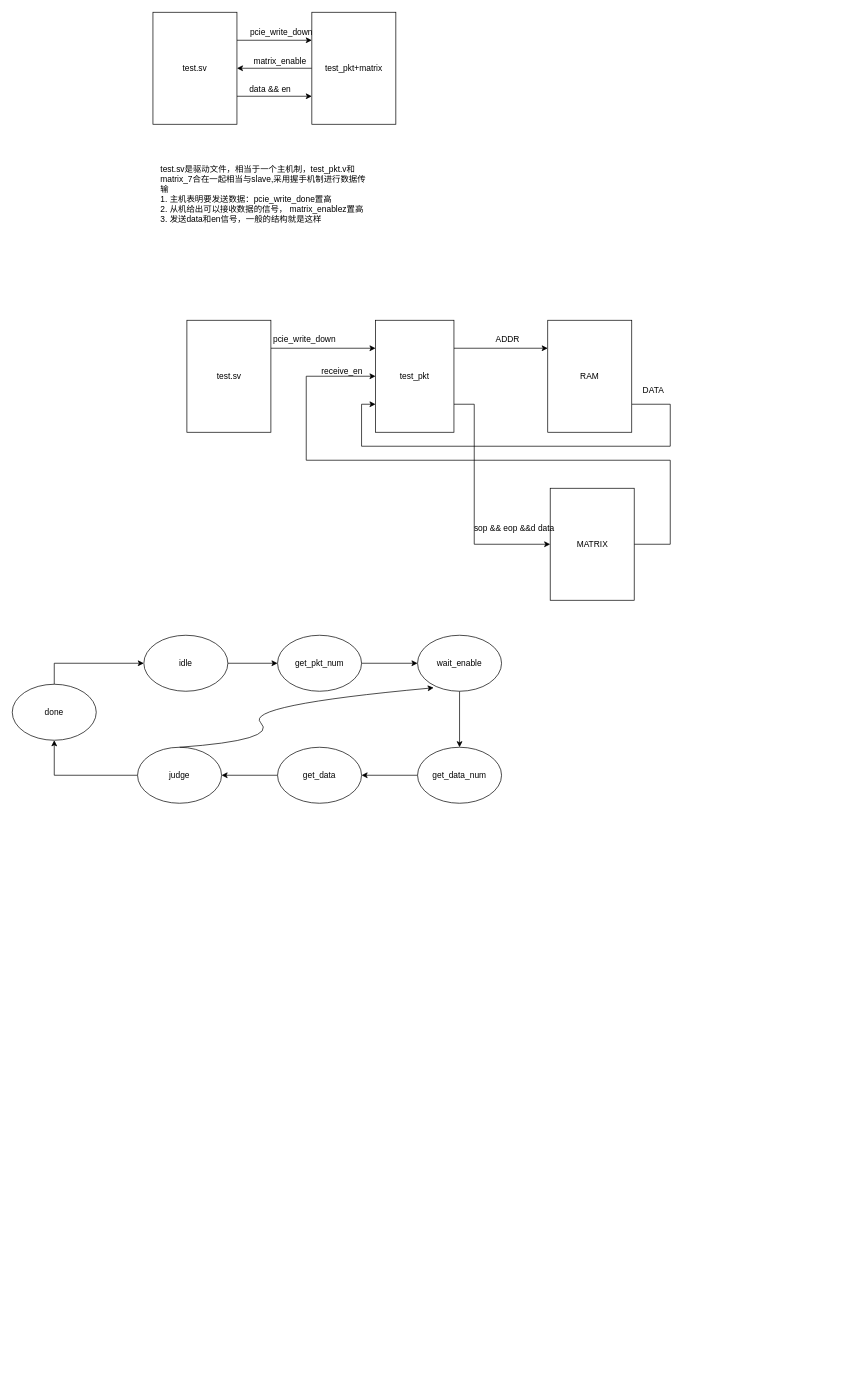
Before: page "tmp" (7 of 11) of FPGA_output.drawio in muguang123/drwaio, a draw.io diagram. Source tidied: cells renumbered, new cells numbered last; positions are measured from the earlier drawing's top-left corner, leaving out a move shared by most shapes. Both pictures are drawn from the tidied source at 70%, with x=0, y=0 at pixel (12, 12).
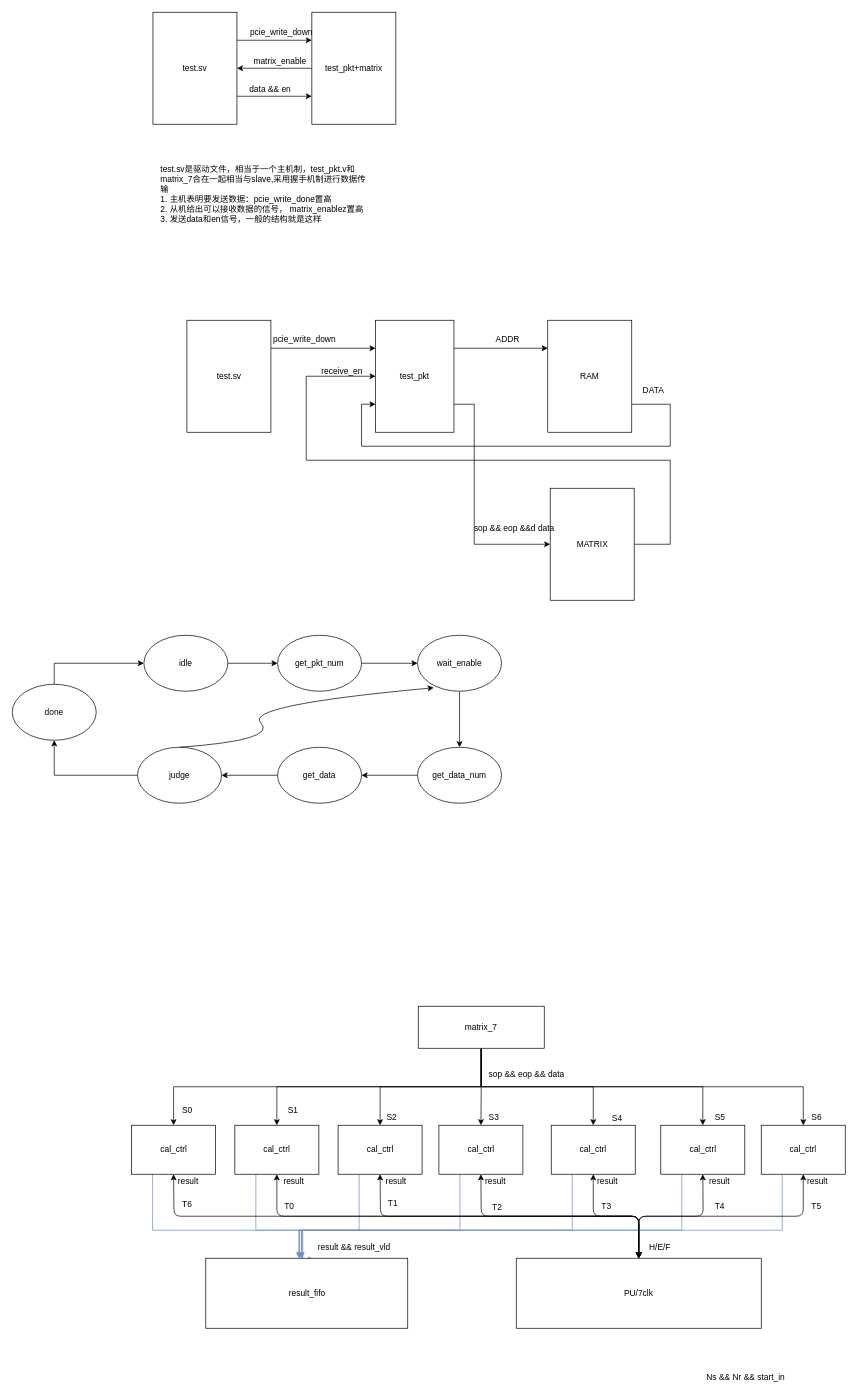
The same diagram, later.

Diff of the diagram source:
```diff
@@
+    <mxCell id="40" style="edgeStyle=orthogonalEdgeStyle;rounded=0;jettySize=auto;html=1;exitX=0.25;exitY=1;exitDx=0;exitDy=0;fillColor=#dae8fc;strokeColor=#6c8ebf;" parent="1" edge="1" source="41" target="63">
+      <mxGeometry relative="1" as="geometry">
+        <Array as="points">
+          <mxPoint x="201" y="1740" />
+          <mxPoint x="413" y="1740" />
+        </Array>
+      </mxGeometry>
+    </mxCell>
+    <mxCell id="41" value="cal_ctrl" style="rounded=0;whiteSpace=wrap;html=1;" parent="1" vertex="1">
+      <mxGeometry x="170.5" y="1590" width="120" height="70" as="geometry" />
+    </mxCell>
+    <mxCell id="42" style="edgeStyle=orthogonalEdgeStyle;rounded=0;jettySize=auto;html=1;exitX=0.25;exitY=1;exitDx=0;exitDy=0;entryX=0.475;entryY=0.001;entryDx=0;entryDy=0;entryPerimeter=0;fillColor=#dae8fc;strokeColor=#6c8ebf;" parent="1" edge="1" source="43" target="63">
+      <mxGeometry relative="1" as="geometry">
+        <Array as="points">
+          <mxPoint x="348" y="1740" />
+          <mxPoint x="413" y="1740" />
+        </Array>
+      </mxGeometry>
+    </mxCell>
+    <mxCell id="43" value="cal_ctrl" style="rounded=0;whiteSpace=wrap;html=1;" parent="1" vertex="1">
+      <mxGeometry x="318" y="1590" width="120" height="70" as="geometry" />
+    </mxCell>
+    <mxCell id="44" style="edgeStyle=orthogonalEdgeStyle;rounded=0;jettySize=auto;html=1;exitX=0.25;exitY=1;exitDx=0;exitDy=0;fillColor=#dae8fc;strokeColor=#6c8ebf;" parent="1" edge="1" source="45">
+      <mxGeometry relative="1" as="geometry">
+        <mxPoint x="410" y="1780" as="targetPoint" />
+        <Array as="points">
+          <mxPoint x="496" y="1740" />
+          <mxPoint x="410" y="1740" />
+        </Array>
+      </mxGeometry>
+    </mxCell>
+    <mxCell id="45" value="cal_ctrl" style="rounded=0;whiteSpace=wrap;html=1;" parent="1" vertex="1">
+      <mxGeometry x="465.5" y="1590" width="120" height="70" as="geometry" />
+    </mxCell>
+    <mxCell id="46" style="edgeStyle=orthogonalEdgeStyle;rounded=0;jettySize=auto;html=1;exitX=0.25;exitY=1;exitDx=0;exitDy=0;entryX=0.54;entryY=0.033;entryDx=0;entryDy=0;entryPerimeter=0;fillColor=#dae8fc;strokeColor=#6c8ebf;" parent="1" edge="1" source="47" target="63">
+      <mxGeometry relative="1" as="geometry">
+        <Array as="points">
+          <mxPoint x="640" y="1740" />
+          <mxPoint x="415" y="1740" />
+        </Array>
+      </mxGeometry>
+    </mxCell>
+    <mxCell id="47" value="cal_ctrl" style="rounded=0;whiteSpace=wrap;html=1;" parent="1" vertex="1">
+      <mxGeometry x="609.5" y="1590" width="120" height="70" as="geometry" />
+    </mxCell>
+    <mxCell id="48" style="edgeStyle=orthogonalEdgeStyle;rounded=0;jettySize=auto;html=1;exitX=0.25;exitY=1;exitDx=0;exitDy=0;fillColor=#dae8fc;strokeColor=#6c8ebf;" parent="1" edge="1" source="49">
+      <mxGeometry relative="1" as="geometry">
+        <mxPoint x="410" y="1780" as="targetPoint" />
+        <Array as="points">
+          <mxPoint x="800" y="1740" />
+          <mxPoint x="410" y="1740" />
+        </Array>
+      </mxGeometry>
+    </mxCell>
+    <mxCell id="49" value="cal_ctrl" style="rounded=0;whiteSpace=wrap;html=1;" parent="1" vertex="1">
+      <mxGeometry x="770" y="1590" width="120" height="70" as="geometry" />
+    </mxCell>
+    <mxCell id="50" style="edgeStyle=orthogonalEdgeStyle;rounded=0;jettySize=auto;html=1;exitX=0.25;exitY=1;exitDx=0;exitDy=0;fillColor=#dae8fc;strokeColor=#6c8ebf;" parent="1" edge="1" source="51">
+      <mxGeometry relative="1" as="geometry">
+        <mxPoint x="410" y="1780" as="targetPoint" />
+        <Array as="points">
+          <mxPoint x="957" y="1740" />
+          <mxPoint x="410" y="1740" />
+        </Array>
+      </mxGeometry>
+    </mxCell>
+    <mxCell id="51" value="cal_ctrl" style="rounded=0;whiteSpace=wrap;html=1;" parent="1" vertex="1">
+      <mxGeometry x="926.5" y="1590" width="120" height="70" as="geometry" />
+    </mxCell>
+    <mxCell id="52" value="PU/7clk" style="rounded=0;whiteSpace=wrap;html=1;" parent="1" vertex="1">
+      <mxGeometry x="720" y="1780" width="350" height="100" as="geometry" />
+    </mxCell>
+    <mxCell id="53" style="edgeStyle=orthogonalEdgeStyle;rounded=0;jettySize=auto;html=1;exitX=0.5;exitY=1;exitDx=0;exitDy=0;entryX=0.5;entryY=0;entryDx=0;entryDy=0;" parent="1" edge="1" source="60" target="41">
+      <mxGeometry relative="1" as="geometry" />
+    </mxCell>
+    <mxCell id="54" style="edgeStyle=orthogonalEdgeStyle;rounded=0;jettySize=auto;html=1;exitX=0.5;exitY=1;exitDx=0;exitDy=0;entryX=0.5;entryY=0;entryDx=0;entryDy=0;" parent="1" edge="1" source="60" target="43">
+      <mxGeometry relative="1" as="geometry" />
+    </mxCell>
+    <mxCell id="55" style="edgeStyle=orthogonalEdgeStyle;rounded=0;jettySize=auto;html=1;exitX=0.5;exitY=1;exitDx=0;exitDy=0;entryX=0.5;entryY=0;entryDx=0;entryDy=0;" parent="1" edge="1" source="60" target="45">
+      <mxGeometry relative="1" as="geometry" />
+    </mxCell>
+    <mxCell id="56" style="edgeStyle=orthogonalEdgeStyle;rounded=0;jettySize=auto;html=1;exitX=0.5;exitY=1;exitDx=0;exitDy=0;entryX=0.5;entryY=0;entryDx=0;entryDy=0;" parent="1" edge="1" source="60" target="47">
+      <mxGeometry relative="1" as="geometry" />
+    </mxCell>
+    <mxCell id="57" style="edgeStyle=orthogonalEdgeStyle;rounded=0;jettySize=auto;html=1;exitX=0.5;exitY=1;exitDx=0;exitDy=0;" parent="1" edge="1" source="60" target="49">
+      <mxGeometry relative="1" as="geometry" />
+    </mxCell>
+    <mxCell id="58" style="edgeStyle=orthogonalEdgeStyle;rounded=0;jettySize=auto;html=1;exitX=0.5;exitY=1;exitDx=0;exitDy=0;" parent="1" edge="1" source="60" target="51">
+      <mxGeometry relative="1" as="geometry" />
+    </mxCell>
+    <mxCell id="59" style="edgeStyle=orthogonalEdgeStyle;rounded=0;jettySize=auto;html=1;exitX=0.5;exitY=1;exitDx=0;exitDy=0;" parent="1" edge="1" source="60" target="62">
+      <mxGeometry relative="1" as="geometry" />
+    </mxCell>
+    <mxCell id="60" value="matrix_7" style="rounded=0;whiteSpace=wrap;html=1;" parent="1" vertex="1">
+      <mxGeometry x="580" y="1420" width="180" height="60" as="geometry" />
+    </mxCell>
+    <mxCell id="61" style="edgeStyle=orthogonalEdgeStyle;rounded=0;jettySize=auto;html=1;exitX=0.25;exitY=1;exitDx=0;exitDy=0;entryX=0.536;entryY=0.017;entryDx=0;entryDy=0;entryPerimeter=0;fillColor=#dae8fc;strokeColor=#6c8ebf;" parent="1" edge="1" source="62" target="63">
+      <mxGeometry relative="1" as="geometry">
+        <Array as="points">
+          <mxPoint x="1100" y="1740" />
+          <mxPoint x="414" y="1740" />
+        </Array>
+      </mxGeometry>
+    </mxCell>
+    <mxCell id="62" value="cal_ctrl" style="rounded=0;whiteSpace=wrap;html=1;" parent="1" vertex="1">
+      <mxGeometry x="1070" y="1590" width="120" height="70" as="geometry" />
+    </mxCell>
+    <mxCell id="63" value="result_fifo" style="rounded=0;whiteSpace=wrap;html=1;" parent="1" vertex="1">
+      <mxGeometry x="276.5" y="1780" width="288.5" height="100" as="geometry" />
+    </mxCell>
+    <mxCell id="64" value="sop &amp;amp;&amp;amp; eop &amp;amp;&amp;amp; data" style="text;html=1;align=left;verticalAlign=top;spacingTop=-4;" parent="1" vertex="1">
+      <mxGeometry x="679" y="1508" width="120" height="20" as="geometry" />
+    </mxCell>
+    <mxCell id="65" value="Ns &amp;amp;&amp;amp; Nr &amp;amp;&amp;amp; start_in" style="text;html=1;align=left;verticalAlign=top;spacingTop=-4;" parent="1" vertex="1">
+      <mxGeometry x="990" y="1940" width="130" height="20" as="geometry" />
+    </mxCell>
+    <mxCell id="66" value="result &amp;amp;&amp;amp; result_vld" style="text;html=1;align=left;verticalAlign=top;spacingTop=-4;" parent="1" vertex="1">
+      <mxGeometry x="435" y="1755" width="120" height="20" as="geometry" />
+    </mxCell>
+    <mxCell id="67" value="S0" style="text;html=1;align=left;verticalAlign=top;spacingTop=-4;" parent="1" vertex="1">
+      <mxGeometry x="241" y="1559" width="30" height="20" as="geometry" />
+    </mxCell>
+    <mxCell id="68" value="S1" style="text;html=1;align=left;verticalAlign=top;spacingTop=-4;" parent="1" vertex="1">
+      <mxGeometry x="392" y="1559" width="30" height="20" as="geometry" />
+    </mxCell>
+    <mxCell id="69" value="S2" style="text;html=1;align=left;verticalAlign=top;spacingTop=-4;" parent="1" vertex="1">
+      <mxGeometry x="533" y="1569" width="30" height="20" as="geometry" />
+    </mxCell>
+    <mxCell id="70" value="S3" style="text;html=1;align=left;verticalAlign=top;spacingTop=-4;" parent="1" vertex="1">
+      <mxGeometry x="679" y="1569" width="30" height="20" as="geometry" />
+    </mxCell>
+    <mxCell id="71" value="S4" style="text;html=1;align=left;verticalAlign=top;spacingTop=-4;" parent="1" vertex="1">
+      <mxGeometry x="855" y="1570" width="30" height="20" as="geometry" />
+    </mxCell>
+    <mxCell id="72" value="S5" style="text;html=1;align=left;verticalAlign=top;spacingTop=-4;" parent="1" vertex="1">
+      <mxGeometry x="1001.5" y="1569" width="30" height="20" as="geometry" />
+    </mxCell>
+    <mxCell id="73" value="S6" style="text;html=1;align=left;verticalAlign=top;spacingTop=-4;" parent="1" vertex="1">
+      <mxGeometry x="1140" y="1569" width="30" height="20" as="geometry" />
+    </mxCell>
+    <mxCell id="74" value="T6" style="text;html=1;align=left;verticalAlign=top;spacingTop=-4;" parent="1" vertex="1">
+      <mxGeometry x="241" y="1693" width="30" height="20" as="geometry" />
+    </mxCell>
+    <mxCell id="75" value="T0" style="text;html=1;align=left;verticalAlign=top;spacingTop=-4;" parent="1" vertex="1">
+      <mxGeometry x="386.5" y="1696" width="30" height="20" as="geometry" />
+    </mxCell>
+    <mxCell id="76" value="T1" style="text;html=1;align=left;verticalAlign=top;spacingTop=-4;" parent="1" vertex="1">
+      <mxGeometry x="535" y="1692" width="30" height="20" as="geometry" />
+    </mxCell>
+    <mxCell id="77" value="T2" style="text;html=1;align=left;verticalAlign=top;spacingTop=-4;" parent="1" vertex="1">
+      <mxGeometry x="684" y="1697" width="30" height="20" as="geometry" />
+    </mxCell>
+    <mxCell id="78" value="T3" style="text;html=1;align=left;verticalAlign=top;spacingTop=-4;" parent="1" vertex="1">
+      <mxGeometry x="840" y="1696" width="30" height="20" as="geometry" />
+    </mxCell>
+    <mxCell id="79" value="T4" style="text;html=1;align=left;verticalAlign=top;spacingTop=-4;" parent="1" vertex="1">
+      <mxGeometry x="1001.5" y="1696" width="30" height="20" as="geometry" />
+    </mxCell>
+    <mxCell id="80" value="T5" style="text;html=1;align=left;verticalAlign=top;spacingTop=-4;" parent="1" vertex="1">
+      <mxGeometry x="1140" y="1696" width="30" height="20" as="geometry" />
+    </mxCell>
+    <mxCell id="81" style="endArrow=classic;startArrow=classic;html=1;entryX=0.5;entryY=1;entryDx=0;entryDy=0;exitX=0.5;exitY=0;exitDx=0;exitDy=0;" parent="1" edge="1" source="52" target="49">
+      <mxGeometry relative="1" as="geometry">
+        <Array as="points">
+          <mxPoint x="895" y="1720" />
+          <mxPoint x="830" y="1720" />
+        </Array>
+      </mxGeometry>
+    </mxCell>
+    <mxCell id="82" style="endArrow=classic;startArrow=classic;html=1;entryX=0.5;entryY=1;entryDx=0;entryDy=0;exitX=0.5;exitY=0;exitDx=0;exitDy=0;" parent="1" edge="1" source="52" target="62">
+      <mxGeometry relative="1" as="geometry">
+        <Array as="points">
+          <mxPoint x="895" y="1720" />
+          <mxPoint x="1130" y="1720" />
+        </Array>
+      </mxGeometry>
+    </mxCell>
+    <mxCell id="83" style="endArrow=classic;startArrow=classic;html=1;entryX=0.5;entryY=1;entryDx=0;entryDy=0;exitX=0.5;exitY=0;exitDx=0;exitDy=0;" parent="1" edge="1" source="52" target="51">
+      <mxGeometry relative="1" as="geometry">
+        <Array as="points">
+          <mxPoint x="895" y="1720" />
+          <mxPoint x="987" y="1720" />
+        </Array>
+      </mxGeometry>
+    </mxCell>
+    <mxCell id="84" style="endArrow=classic;startArrow=classic;html=1;entryX=0.5;entryY=1;entryDx=0;entryDy=0;exitX=0.5;exitY=0;exitDx=0;exitDy=0;" parent="1" edge="1" source="52" target="43">
+      <mxGeometry relative="1" as="geometry">
+        <Array as="points">
+          <mxPoint x="895" y="1720" />
+          <mxPoint x="378" y="1720" />
+        </Array>
+      </mxGeometry>
+    </mxCell>
+    <mxCell id="85" style="endArrow=classic;startArrow=classic;html=1;entryX=0.5;entryY=1;entryDx=0;entryDy=0;exitX=0.5;exitY=0;exitDx=0;exitDy=0;" parent="1" edge="1" source="52" target="47">
+      <mxGeometry relative="1" as="geometry">
+        <Array as="points">
+          <mxPoint x="895" y="1720" />
+          <mxPoint x="670" y="1720" />
+        </Array>
+      </mxGeometry>
+    </mxCell>
+    <mxCell id="86" style="endArrow=classic;startArrow=classic;html=1;entryX=0.5;entryY=1;entryDx=0;entryDy=0;exitX=0.5;exitY=0;exitDx=0;exitDy=0;" parent="1" edge="1" source="52" target="45">
+      <mxGeometry relative="1" as="geometry">
+        <Array as="points">
+          <mxPoint x="895" y="1720" />
+          <mxPoint x="526" y="1720" />
+        </Array>
+      </mxGeometry>
+    </mxCell>
+    <mxCell id="87" style="endArrow=classic;startArrow=classic;html=1;entryX=0.5;entryY=1;entryDx=0;entryDy=0;exitX=0.5;exitY=0;exitDx=0;exitDy=0;" parent="1" edge="1" source="52" target="41">
+      <mxGeometry relative="1" as="geometry">
+        <Array as="points">
+          <mxPoint x="895" y="1720" />
+          <mxPoint x="231" y="1720" />
+        </Array>
+      </mxGeometry>
+    </mxCell>
+    <mxCell id="88" value="H/E/F" style="text;html=1;align=center;verticalAlign=middle;" parent="1" vertex="1">
+      <mxGeometry x="900" y="1755" width="50" height="20" as="geometry" />
+    </mxCell>
+    <mxCell id="89" value="result" style="text;html=1;align=center;verticalAlign=middle;" parent="1" vertex="1">
+      <mxGeometry x="670" y="1660" width="40" height="20" as="geometry" />
+    </mxCell>
+    <mxCell id="90" value="result" style="text;html=1;align=center;verticalAlign=middle;" parent="1" vertex="1">
+      <mxGeometry x="830" y="1660" width="40" height="20" as="geometry" />
+    </mxCell>
+    <mxCell id="91" value="result" style="text;html=1;align=center;verticalAlign=middle;" parent="1" vertex="1">
+      <mxGeometry x="990" y="1660" width="40" height="20" as="geometry" />
+    </mxCell>
+    <mxCell id="92" value="result" style="text;html=1;align=center;verticalAlign=middle;" parent="1" vertex="1">
+      <mxGeometry x="528" y="1660" width="40" height="20" as="geometry" />
+    </mxCell>
+    <mxCell id="93" value="result" style="text;html=1;align=center;verticalAlign=middle;" parent="1" vertex="1">
+      <mxGeometry x="382" y="1660" width="40" height="20" as="geometry" />
+    </mxCell>
+    <mxCell id="94" value="result" style="text;html=1;align=center;verticalAlign=middle;" parent="1" vertex="1">
+      <mxGeometry x="231" y="1660" width="40" height="20" as="geometry" />
+    </mxCell>
+    <mxCell id="95" value="result" style="text;html=1;align=center;verticalAlign=middle;" parent="1" vertex="1">
+      <mxGeometry x="1130" y="1660" width="40" height="20" as="geometry" />
+    </mxCell>
```
